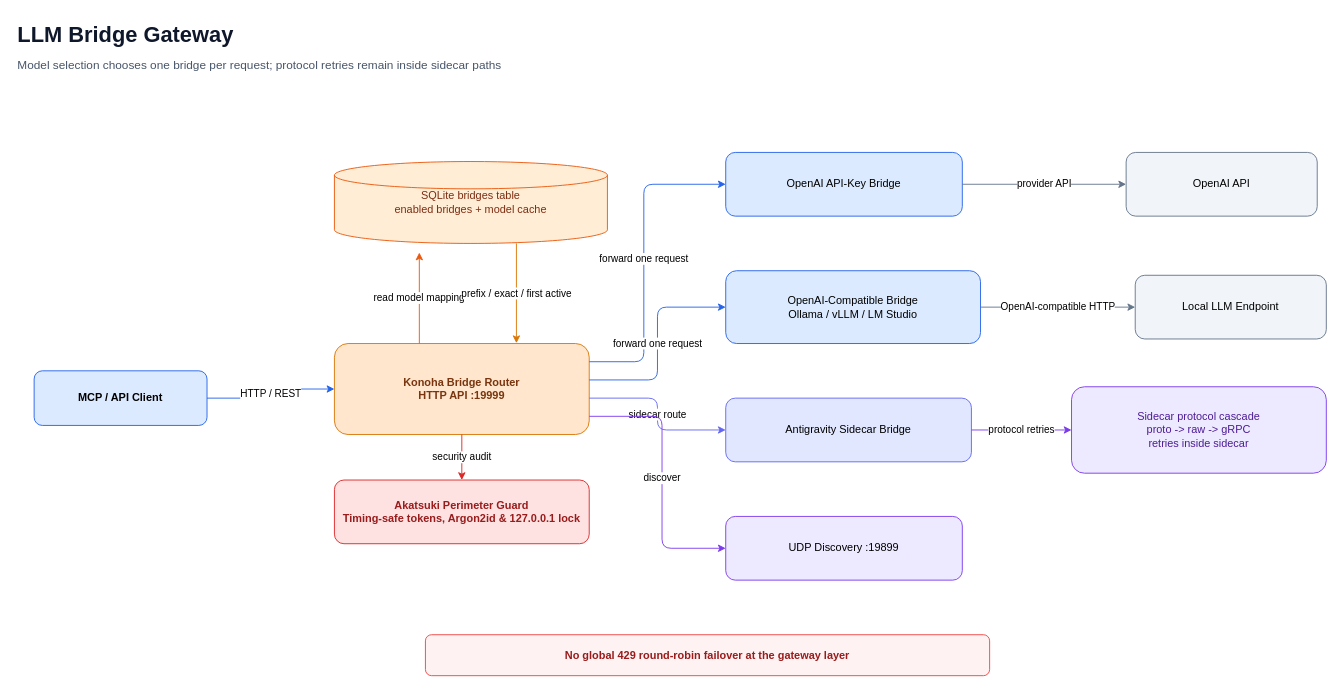
Before: page "04 LLM Bridge Gateway" (4 of 18) of docs/diagrams/konoha-architecture.drawio in andycungkrinx91/konoha, a draw.io diagram. Source tidied: cells renumbered, new cells numbered last; positions are measured from the earlier drawing's top-left corner, leaving out a move shared by most shapes. Both pictures are drawn from the tidied source at 91%, with x=0, y=0 at pixel (15, 15).
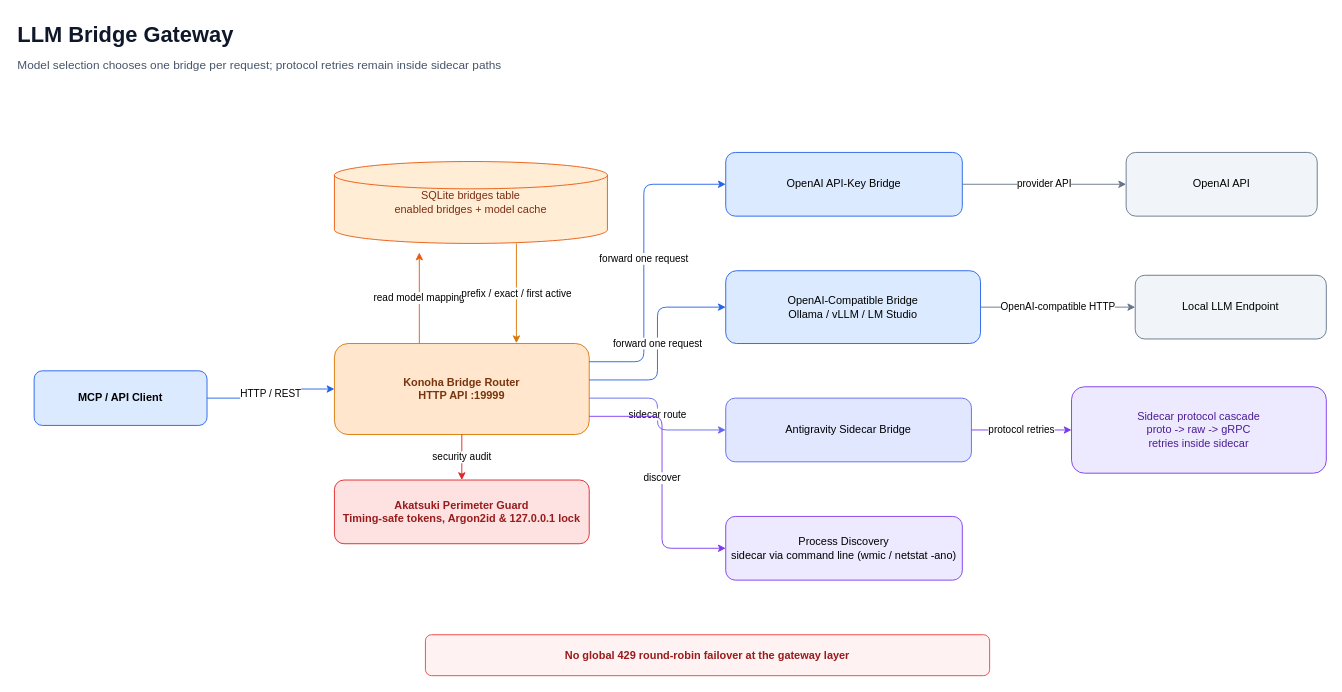
The same page after the edit.

Diff of the diagram source:
```diff
@@
-    <mxCell id="10" value="UDP Discovery :19899" style="rounded=1;html=1;whiteSpace=wrap;fillColor=#ede9fe;strokeColor=#7c3aed;overflow=visible;" parent="1" vertex="1">
+    <mxCell id="10" value="Process Discovery&#10;sidecar via command line (wmic / netstat -ano)" style="rounded=1;html=1;whiteSpace=wrap;fillColor=#ede9fe;strokeColor=#7c3aed;overflow=visible;" parent="1" vertex="1">
       <mxGeometry x="780" y="550" width="260" height="70" as="geometry" />
     </mxCell>
```
